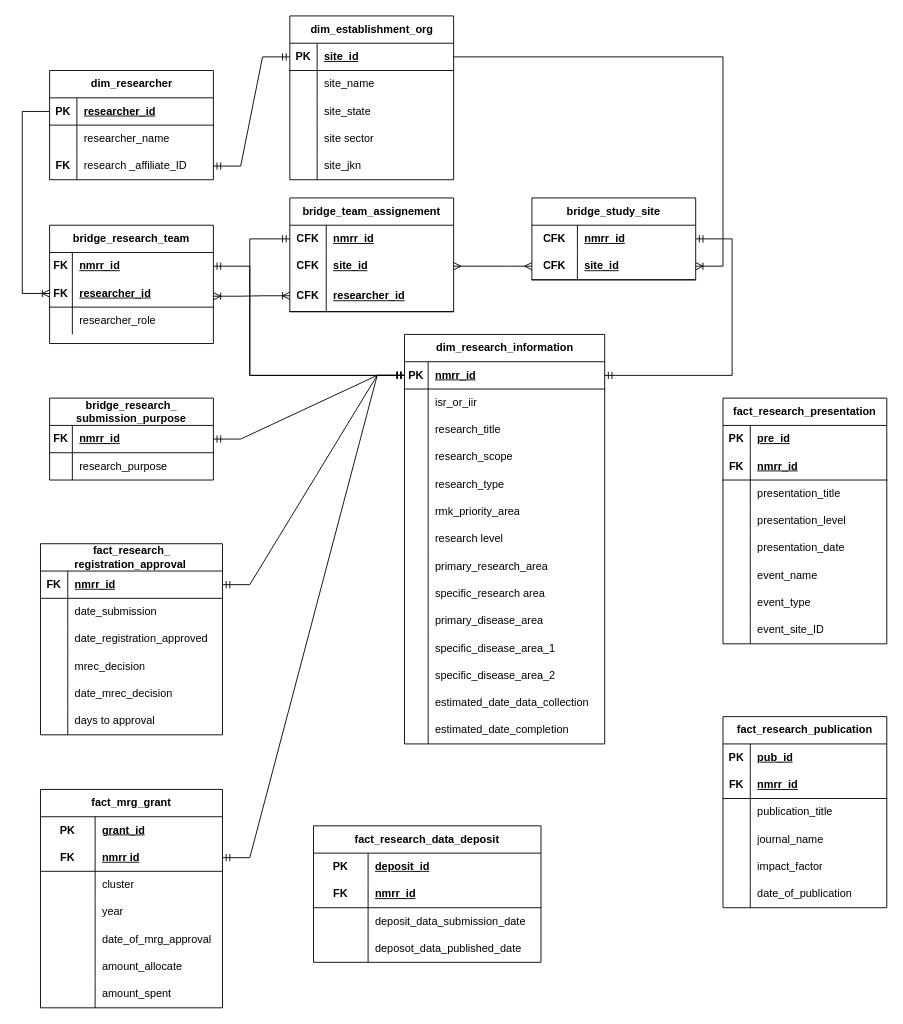
The draw.io diagram PRISM Data Concept .drawio in rafsyahmi/prism_data_concepts, before the edit. Source tidied: cells renumbered, new cells numbered last; positions are measured from the earlier drawing's top-left corner, leaving out a move shared by most shapes. Both pictures are drawn from the tidied source at 91%, with x=0, y=0 at pixel (22, 15).
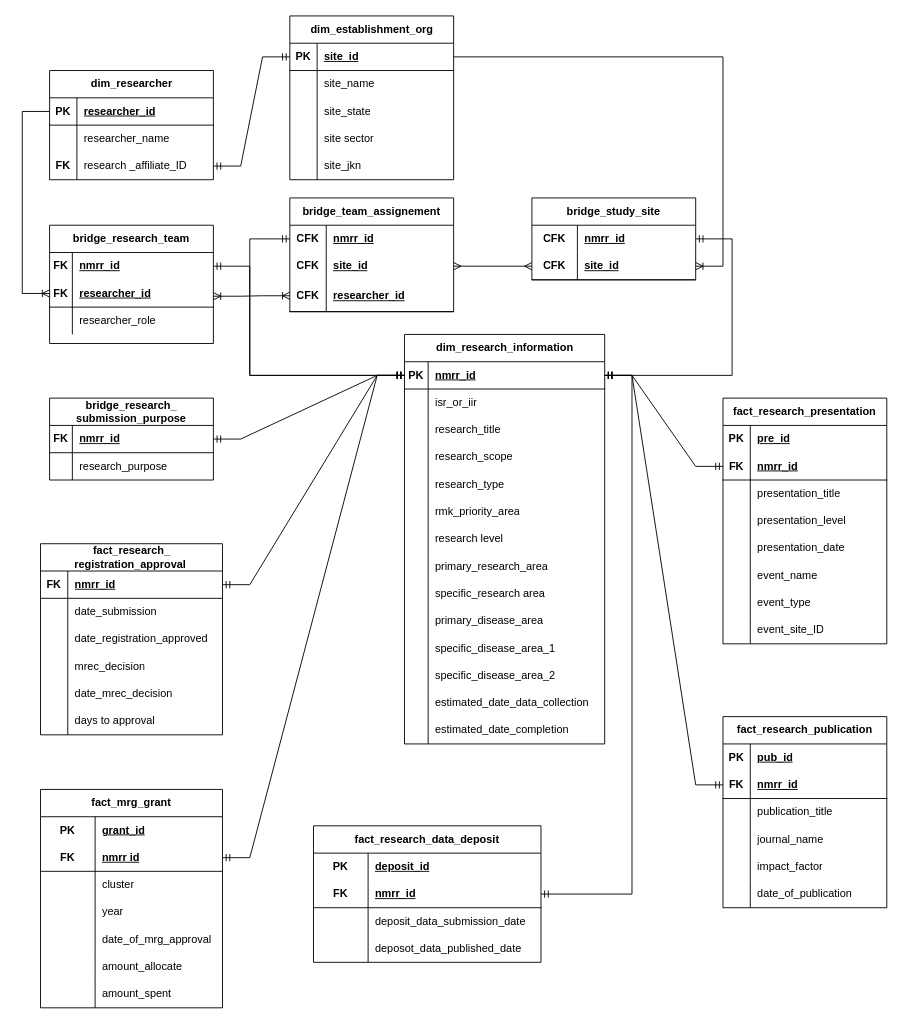
After the change.

Commit message:
relationtionship fact table publication & presentation

Unchanged cells that the change refers to:
```xml
<mxCell id="3" style="shape=tableRow;horizontal=0;startSize=0;swimlaneHead=0;swimlaneBody=0;fillColor=none;points=[[0,0.5],[1,0.5]];portConstraint=eastwest;top=0;left=0;right=0;bottom=1;" parent="2" vertex="1">
  <mxGeometry y="30" width="220" height="30" as="geometry" />
</mxCell>
<mxCell id="150" style="shape=tableRow;horizontal=0;startSize=0;swimlaneHead=0;swimlaneBody=0;fillColor=none;points=[[0,0.5],[1,0.5]];portConstraint=eastwest;top=0;left=0;right=0;bottom=1;html=1;" parent="146" vertex="1">
  <mxGeometry y="60" width="250" height="30" as="geometry" />
</mxCell>
<mxCell id="174" style="shape=tableRow;horizontal=0;startSize=0;swimlaneHead=0;swimlaneBody=0;fillColor=none;points=[[0,0.5],[1,0.5]];portConstraint=eastwest;top=0;left=0;right=0;bottom=1;html=1;" parent="170" vertex="1">
  <mxGeometry y="60" width="180" height="30" as="geometry" />
</mxCell>
<mxCell id="193" style="shape=tableRow;horizontal=0;startSize=0;swimlaneHead=0;swimlaneBody=0;fillColor=none;points=[[0,0.5],[1,0.5]];portConstraint=eastwest;top=0;left=0;right=0;bottom=1;html=1;" parent="189" vertex="1">
  <mxGeometry y="60" width="180" height="30" as="geometry" />
</mxCell>
```

Change to the diagram source:
```diff
@@
+    <mxCell id="214" style="edgeStyle=elbowEdgeStyle;fontSize=12;html=1;endArrow=ERmandOne;startArrow=ERmandOne;rounded=0;exitX=1;exitY=0.5;exitDx=0;exitDy=0;entryX=1;entryY=0.5;entryDx=0;entryDy=0;" parent="1" edge="1" source="150" target="3">
+      <mxGeometry relative="1" as="geometry">
+        <Array as="points">
+          <mxPoint x="670" y="680" />
+        </Array>
+      </mxGeometry>
+    </mxCell>
+    <mxCell id="215" style="edgeStyle=entityRelationEdgeStyle;fontSize=12;html=1;endArrow=ERmandOne;startArrow=ERmandOne;rounded=0;exitX=0;exitY=0.5;exitDx=0;exitDy=0;entryX=1;entryY=0.5;entryDx=0;entryDy=0;" parent="1" edge="1" source="193" target="3">
+      <mxGeometry relative="1" as="geometry" />
+    </mxCell>
+    <mxCell id="216" style="edgeStyle=entityRelationEdgeStyle;fontSize=12;html=1;endArrow=ERmandOne;startArrow=ERmandOne;rounded=0;exitX=0;exitY=0.5;exitDx=0;exitDy=0;entryX=1;entryY=0.5;entryDx=0;entryDy=0;" parent="1" edge="1" source="174" target="3">
+      <mxGeometry relative="1" as="geometry" />
+    </mxCell>
```
